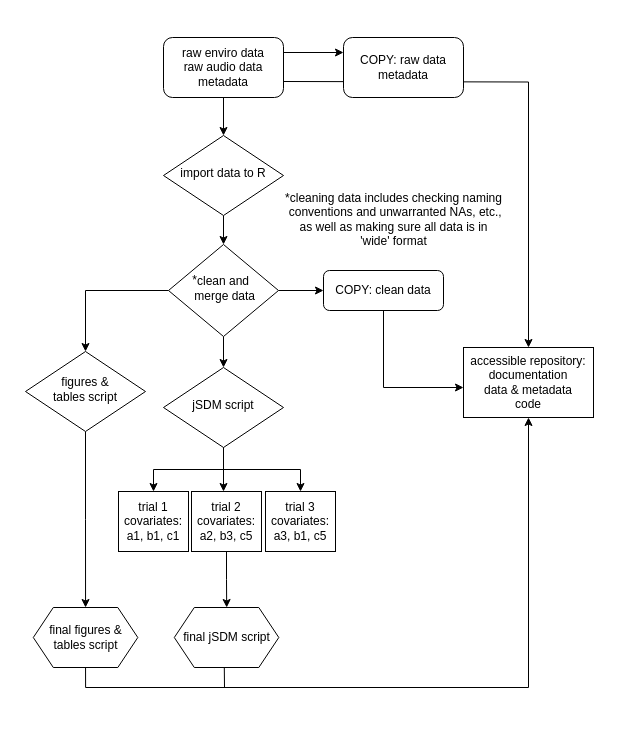
The draw.io diagram ProjectWorkflow.drawio in annakohlberg/Trial, before the edit. Source tidied: cells renumbered, new cells numbered last; positions are measured from the earlier drawing's top-left corner, leaving out a move shared by most shapes. Both pictures are drawn from the tidied source at 100%, with x=0, y=0 at pixel (25, 37).
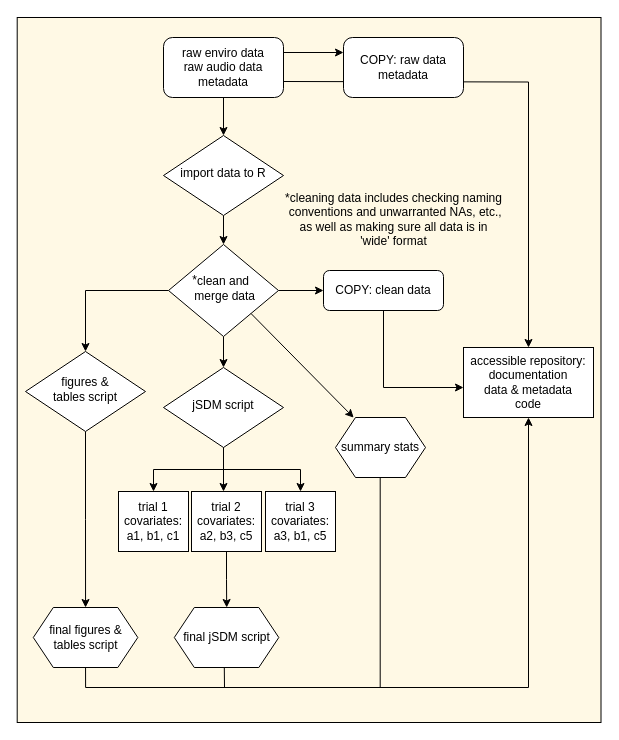
The same diagram, later.

The change refers to these unchanged cells:
```xml
<mxCell id="11" value="clean and&lt;br&gt;&amp;nbsp;merge data" style="rhombus;whiteSpace=wrap;html=1;shadow=0;fontFamily=Helvetica;fontSize=12;align=center;strokeWidth=1;spacing=6;spacingTop=-4;" parent="1" vertex="1">
  <mxGeometry x="143" y="207" width="110" height="92" as="geometry" />
</mxCell>
```

What changed in the source:
```diff
@@
+    <mxCell id="32" style="rounded=0;whiteSpace=wrap;html=1;rotation=90;fillColor=#FFF9E5;" parent="1" vertex="1">
+      <mxGeometry x="-68.9" y="40.6" width="705" height="583.8" as="geometry" />
+    </mxCell>
@@
+    <mxCell id="33" value="summary stats" style="shape=hexagon;perimeter=hexagonPerimeter2;whiteSpace=wrap;html=1;fixedSize=1;" parent="1" vertex="1">
+      <mxGeometry x="310" y="380" width="90" height="60" as="geometry" />
+    </mxCell>
+    <mxCell id="34" style="endArrow=classic;html=1;rounded=0;entryX=0.202;entryY=0.002;entryDx=0;entryDy=0;exitX=1;exitY=1;exitDx=0;exitDy=0;entryPerimeter=0;" parent="1" edge="1" source="11" target="33">
+      <mxGeometry relative="1" as="geometry" />
+    </mxCell>
+    <mxCell id="35" style="endArrow=none;html=1;rounded=0;" parent="1" edge="1">
+      <mxGeometry relative="1" as="geometry">
+        <mxPoint x="354.7" y="650" as="sourcePoint" />
+        <mxPoint x="354.7" y="440" as="targetPoint" />
+      </mxGeometry>
+    </mxCell>
```
